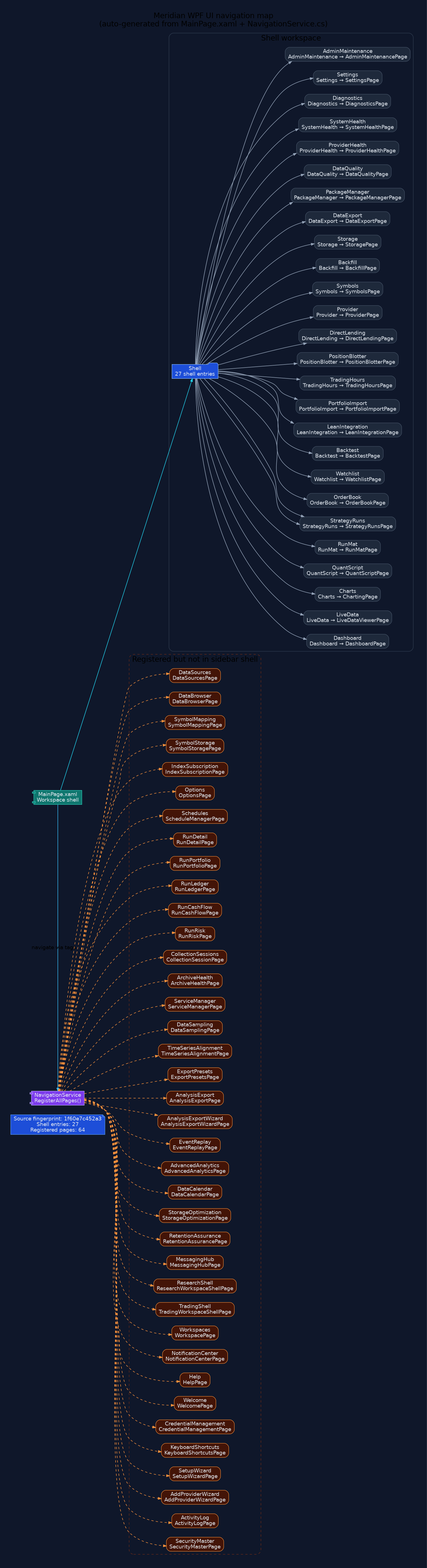
Earlier version of the Graphviz export docs/diagrams/ui-navigation-map.png (rodoHasArrived/Meridian-main). Its source is kept beside it as docs/diagrams/ui-navigation-map.dot.
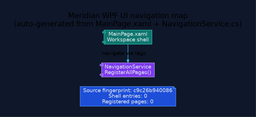
After the change.

The edit, as a diff of the source:
```diff
@@ -13,154 +13,10 @@
   node [fontname="Segoe UI", shape=box, style="rounded,filled", color="#475569", fontcolor="#e2e8f0", fillcolor="#1e293b"];
   edge [fontname="Segoe UI", color="#94a3b8", penwidth=1.3, arrowsize=0.8];
 
-  generated [shape=note, fillcolor="#1d4ed8", color="#60a5fa", label="Source fingerprint: 1f60e7c452a3\nShell entries: 27\nRegistered pages: 64"];
+  generated [shape=note, fillcolor="#1d4ed8", color="#60a5fa", label="Source fingerprint: c9c26b940086\nShell entries: 0\nRegistered pages: 0"];
   shell [shape=component, fillcolor="#0f766e", color="#2dd4bf", label="MainPage.xaml\nWorkspace shell"];
   navigation [shape=component, fillcolor="#7c3aed", color="#c4b5fd", label="NavigationService\nRegisterAllPages()"];
   shell -> navigation [label="navigate via tags", color="#38bdf8"];
 
-  subgraph cluster_workspace_1 {
-    label="Shell workspace";
-    color="#334155";
-    style="rounded";
-    workspace_1 [shape=folder, fillcolor="#1d4ed8", color="#93c5fd", label="Shell\n27 shell entries"];
-    shell -> workspace_1 [color="#22d3ee"];
-    page_Dashboard [label="Dashboard\nDashboard → DashboardPage", fillcolor="#1e293b"];
-    workspace_1 -> page_Dashboard;
-    page_LiveData [label="LiveData\nLiveData → LiveDataViewerPage", fillcolor="#1e293b"];
-    workspace_1 -> page_LiveData;
-    page_Charts [label="Charts\nCharts → ChartingPage", fillcolor="#1e293b"];
-    workspace_1 -> page_Charts;
-    page_QuantScript [label="QuantScript\nQuantScript → QuantScriptPage", fillcolor="#1e293b"];
-    workspace_1 -> page_QuantScript;
-    page_RunMat [label="RunMat\nRunMat → RunMatPage", fillcolor="#1e293b"];
-    workspace_1 -> page_RunMat;
-    page_StrategyRuns [label="StrategyRuns\nStrategyRuns → StrategyRunsPage", fillcolor="#1e293b"];
-    workspace_1 -> page_StrategyRuns;
-    page_OrderBook [label="OrderBook\nOrderBook → OrderBookPage", fillcolor="#1e293b"];
-    workspace_1 -> page_OrderBook;
-    page_Watchlist [label="Watchlist\nWatchlist → WatchlistPage", fillcolor="#1e293b"];
-    workspace_1 -> page_Watchlist;
-    page_Backtest [label="Backtest\nBacktest → BacktestPage", fillcolor="#1e293b"];
-    workspace_1 -> page_Backtest;
-    page_StrategyRuns [label="StrategyRuns\nStrategyRuns → StrategyRunsPage", fillcolor="#1e293b"];
-    workspace_1 -> page_StrategyRuns;
-    page_LeanIntegration [label="LeanIntegration\nLeanIntegration → LeanIntegrationPage", fillcolor="#1e293b"];
-    workspace_1 -> page_LeanIntegration;
-    page_PortfolioImport [label="PortfolioImport\nPortfolioImport → PortfolioImportPage", fillcolor="#1e293b"];
-    workspace_1 -> page_PortfolioImport;
-    page_TradingHours [label="TradingHours\nTradingHours → TradingHoursPage", fillcolor="#1e293b"];
-    workspace_1 -> page_TradingHours;
-    page_PositionBlotter [label="PositionBlotter\nPositionBlotter → PositionBlotterPage", fillcolor="#1e293b"];
-    workspace_1 -> page_PositionBlotter;
-    page_DirectLending [label="DirectLending\nDirectLending → DirectLendingPage", fillcolor="#1e293b"];
-    workspace_1 -> page_DirectLending;
-    page_Provider [label="Provider\nProvider → ProviderPage", fillcolor="#1e293b"];
-    workspace_1 -> page_Provider;
-    page_Symbols [label="Symbols\nSymbols → SymbolsPage", fillcolor="#1e293b"];
-    workspace_1 -> page_Symbols;
-    page_Backfill [label="Backfill\nBackfill → BackfillPage", fillcolor="#1e293b"];
-    workspace_1 -> page_Backfill;
-    page_Storage [label="Storage\nStorage → StoragePage", fillcolor="#1e293b"];
-    workspace_1 -> page_Storage;
-    page_DataExport [label="DataExport\nDataExport → DataExportPage", fillcolor="#1e293b"];
-    workspace_1 -> page_DataExport;
-    page_PackageManager [label="PackageManager\nPackageManager → PackageManagerPage", fillcolor="#1e293b"];
-    workspace_1 -> page_PackageManager;
-    page_DataQuality [label="DataQuality\nDataQuality → DataQualityPage", fillcolor="#1e293b"];
-    workspace_1 -> page_DataQuality;
-    page_ProviderHealth [label="ProviderHealth\nProviderHealth → ProviderHealthPage", fillcolor="#1e293b"];
-    workspace_1 -> page_ProviderHealth;
-    page_SystemHealth [label="SystemHealth\nSystemHealth → SystemHealthPage", fillcolor="#1e293b"];
-    workspace_1 -> page_SystemHealth;
-    page_Diagnostics [label="Diagnostics\nDiagnostics → DiagnosticsPage", fillcolor="#1e293b"];
-    workspace_1 -> page_Diagnostics;
-    page_Settings [label="Settings\nSettings → SettingsPage", fillcolor="#1e293b"];
-    workspace_1 -> page_Settings;
-    page_AdminMaintenance [label="AdminMaintenance\nAdminMaintenance → AdminMaintenancePage", fillcolor="#1e293b"];
-    workspace_1 -> page_AdminMaintenance;
-  }
-
-  subgraph cluster_hidden_pages {
-    label="Registered but not in sidebar shell";
-    color="#7c2d12";
-    style="rounded,dashed";
-    hidden_DataSources [label="DataSources\nDataSourcesPage", fillcolor="#431407", color="#fb923c"];
-    navigation -> hidden_DataSources [style=dashed, color="#fb923c"];
-    hidden_DataBrowser [label="DataBrowser\nDataBrowserPage", fillcolor="#431407", color="#fb923c"];
-    navigation -> hidden_DataBrowser [style=dashed, color="#fb923c"];
-    hidden_SymbolMapping [label="SymbolMapping\nSymbolMappingPage", fillcolor="#431407", color="#fb923c"];
-    navigation -> hidden_SymbolMapping [style=dashed, color="#fb923c"];
-    hidden_SymbolStorage [label="SymbolStorage\nSymbolStoragePage", fillcolor="#431407", color="#fb923c"];
-    navigation -> hidden_SymbolStorage [style=dashed, color="#fb923c"];
-    hidden_IndexSubscription [label="IndexSubscription\nIndexSubscriptionPage", fillcolor="#431407", color="#fb923c"];
-    navigation -> hidden_IndexSubscription [style=dashed, color="#fb923c"];
-    hidden_Options [label="Options\nOptionsPage", fillcolor="#431407", color="#fb923c"];
-    navigation -> hidden_Options [style=dashed, color="#fb923c"];
-    hidden_Schedules [label="Schedules\nScheduleManagerPage", fillcolor="#431407", color="#fb923c"];
-    navigation -> hidden_Schedules [style=dashed, color="#fb923c"];
-    hidden_RunDetail [label="RunDetail\nRunDetailPage", fillcolor="#431407", color="#fb923c"];
-    navigation -> hidden_RunDetail [style=dashed, color="#fb923c"];
-    hidden_RunPortfolio [label="RunPortfolio\nRunPortfolioPage", fillcolor="#431407", color="#fb923c"];
-    navigation -> hidden_RunPortfolio [style=dashed, color="#fb923c"];
-    hidden_RunLedger [label="RunLedger\nRunLedgerPage", fillcolor="#431407", color="#fb923c"];
-    navigation -> hidden_RunLedger [style=dashed, color="#fb923c"];
-    hidden_RunCashFlow [label="RunCashFlow\nRunCashFlowPage", fillcolor="#431407", color="#fb923c"];
-    navigation -> hidden_RunCashFlow [style=dashed, color="#fb923c"];
-    hidden_RunRisk [label="RunRisk\nRunRiskPage", fillcolor="#431407", color="#fb923c"];
-    navigation -> hidden_RunRisk [style=dashed, color="#fb923c"];
-    hidden_CollectionSessions [label="CollectionSessions\nCollectionSessionPage", fillcolor="#431407", color="#fb923c"];
-    navigation -> hidden_CollectionSessions [style=dashed, color="#fb923c"];
-    hidden_ArchiveHealth [label="ArchiveHealth\nArchiveHealthPage", fillcolor="#431407", color="#fb923c"];
-    navigation -> hidden_ArchiveHealth [style=dashed, color="#fb923c"];
-    hidden_ServiceManager [label="ServiceManager\nServiceManagerPage", fillcolor="#431407", color="#fb923c"];
-    navigation -> hidden_ServiceManager [style=dashed, color="#fb923c"];
-    hidden_DataSampling [label="DataSampling\nDataSamplingPage", fillcolor="#431407", color="#fb923c"];
-    navigation -> hidden_DataSampling [style=dashed, color="#fb923c"];
-    hidden_TimeSeriesAlignment [label="TimeSeriesAlignment\nTimeSeriesAlignmentPage", fillcolor="#431407", color="#fb923c"];
-    navigation -> hidden_TimeSeriesAlignment [style=dashed, color="#fb923c"];
-    hidden_ExportPresets [label="ExportPresets\nExportPresetsPage", fillcolor="#431407", color="#fb923c"];
-    navigation -> hidden_ExportPresets [style=dashed, color="#fb923c"];
-    hidden_AnalysisExport [label="AnalysisExport\nAnalysisExportPage", fillcolor="#431407", color="#fb923c"];
-    navigation -> hidden_AnalysisExport [style=dashed, color="#fb923c"];
-    hidden_AnalysisExportWizard [label="AnalysisExportWizard\nAnalysisExportWizardPage", fillcolor="#431407", color="#fb923c"];
-    navigation -> hidden_AnalysisExportWizard [style=dashed, color="#fb923c"];
-    hidden_EventReplay [label="EventReplay\nEventReplayPage", fillcolor="#431407", color="#fb923c"];
-    navigation -> hidden_EventReplay [style=dashed, color="#fb923c"];
-    hidden_AdvancedAnalytics [label="AdvancedAnalytics\nAdvancedAnalyticsPage", fillcolor="#431407", color="#fb923c"];
-    navigation -> hidden_AdvancedAnalytics [style=dashed, color="#fb923c"];
-    hidden_DataCalendar [label="DataCalendar\nDataCalendarPage", fillcolor="#431407", color="#fb923c"];
-    navigation -> hidden_DataCalendar [style=dashed, color="#fb923c"];
-    hidden_StorageOptimization [label="StorageOptimization\nStorageOptimizationPage", fillcolor="#431407", color="#fb923c"];
-    navigation -> hidden_StorageOptimization [style=dashed, color="#fb923c"];
-    hidden_RetentionAssurance [label="RetentionAssurance\nRetentionAssurancePage", fillcolor="#431407", color="#fb923c"];
-    navigation -> hidden_RetentionAssurance [style=dashed, color="#fb923c"];
-    hidden_MessagingHub [label="MessagingHub\nMessagingHubPage", fillcolor="#431407", color="#fb923c"];
-    navigation -> hidden_MessagingHub [style=dashed, color="#fb923c"];
-    hidden_ResearchShell [label="ResearchShell\nResearchWorkspaceShellPage", fillcolor="#431407", color="#fb923c"];
-    navigation -> hidden_ResearchShell [style=dashed, color="#fb923c"];
-    hidden_TradingShell [label="TradingShell\nTradingWorkspaceShellPage", fillcolor="#431407", color="#fb923c"];
-    navigation -> hidden_TradingShell [style=dashed, color="#fb923c"];
-    hidden_Workspaces [label="Workspaces\nWorkspacePage", fillcolor="#431407", color="#fb923c"];
-    navigation -> hidden_Workspaces [style=dashed, color="#fb923c"];
-    hidden_NotificationCenter [label="NotificationCenter\nNotificationCenterPage", fillcolor="#431407", color="#fb923c"];
-    navigation -> hidden_NotificationCenter [style=dashed, color="#fb923c"];
-    hidden_Help [label="Help\nHelpPage", fillcolor="#431407", color="#fb923c"];
-    navigation -> hidden_Help [style=dashed, color="#fb923c"];
-    hidden_Welcome [label="Welcome\nWelcomePage", fillcolor="#431407", color="#fb923c"];
-    navigation -> hidden_Welcome [style=dashed, color="#fb923c"];
-    hidden_CredentialManagement [label="CredentialManagement\nCredentialManagementPage", fillcolor="#431407", color="#fb923c"];
-    navigation -> hidden_CredentialManagement [style=dashed, color="#fb923c"];
-    hidden_KeyboardShortcuts [label="KeyboardShortcuts\nKeyboardShortcutsPage", fillcolor="#431407", color="#fb923c"];
-    navigation -> hidden_KeyboardShortcuts [style=dashed, color="#fb923c"];
-    hidden_SetupWizard [label="SetupWizard\nSetupWizardPage", fillcolor="#431407", color="#fb923c"];
-    navigation -> hidden_SetupWizard [style=dashed, color="#fb923c"];
-    hidden_AddProviderWizard [label="AddProviderWizard\nAddProviderWizardPage", fillcolor="#431407", color="#fb923c"];
-    navigation -> hidden_AddProviderWizard [style=dashed, color="#fb923c"];
-    hidden_ActivityLog [label="ActivityLog\nActivityLogPage", fillcolor="#431407", color="#fb923c"];
-    navigation -> hidden_ActivityLog [style=dashed, color="#fb923c"];
-    hidden_SecurityMaster [label="SecurityMaster\nSecurityMasterPage", fillcolor="#431407", color="#fb923c"];
-    navigation -> hidden_SecurityMaster [style=dashed, color="#fb923c"];
-  }
-
   { rank=min; generated; shell; navigation; }
 }
```
